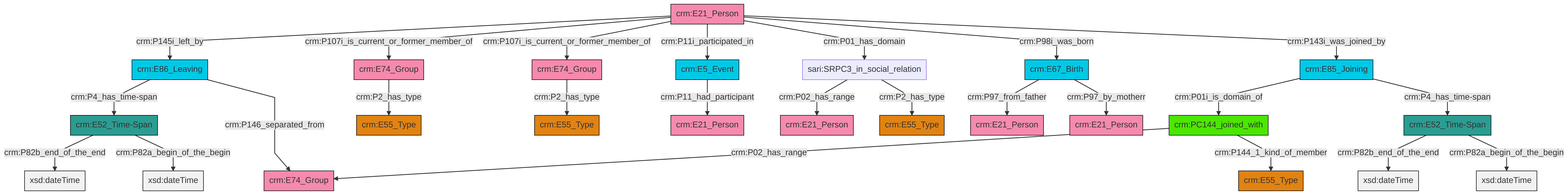
swiss-art-research-net/docs.swissartresearch keeps this Mermaid diagram as et/personCSV/ttl/mmd/png/Person_Actor_Relations.png. Above is the earlier version. Its source is kept beside it as et/personCSV/ttl/mmd/Person_Actor_Relations.ttl.mmd.
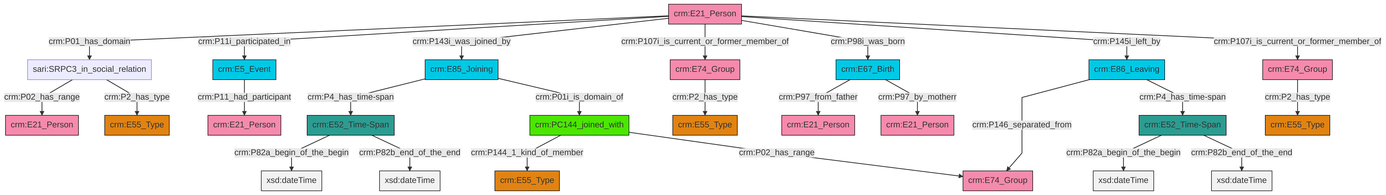
The same diagram one commit later.

Change to the diagram source:
```diff
@@ -13,27 +13,27 @@
 classDef PC_Classes fill:#4ce600, stroke:#000000;
 classDef Multi fill:#cccccc,stroke:#000000;
 
-0["crm:E67_Birth"]:::Temporal_Entity -->|crm:P97_from_father| 1["crm:E21_Person"]:::Actor
-9["crm:E21_Person"]:::Actor -->|crm:P145i_left_by| 10["crm:E86_Leaving"]:::Temporal_Entity
-6["crm:PC144_joined_with"]:::PC_Classes -->|crm:P02_has_range| 4["crm:E74_Group"]:::Actor
-18["crm:E52_Time-Span"]:::Time-Span -->|crm:P82b_end_of_the_end| 19[xsd:dateTime]:::Literal
-20["crm:E74_Group"]:::Actor -->|crm:P2_has_type| 21["crm:E55_Type"]:::Type
-16["crm:E74_Group"]:::Actor -->|crm:P2_has_type| 2["crm:E55_Type"]:::Type
-22["crm:E5_Event"]:::Temporal_Entity -->|crm:P11_had_participant| 23["crm:E21_Person"]:::Actor
-9["crm:E21_Person"]:::Actor -->|crm:P107i_is_current_or_former_member_of| 20["crm:E74_Group"]:::Actor
-25["sari:SRPC3_in_social_relation"]:::Default -->|crm:P02_has_range| 13["crm:E21_Person"]:::Actor
-30["crm:E52_Time-Span"]:::Time-Span -->|crm:P82b_end_of_the_end| 31[xsd:dateTime]:::Literal
-0["crm:E67_Birth"]:::Temporal_Entity -->|crm:P97_by_motherr| 27["crm:E21_Person"]:::Actor
-10["crm:E86_Leaving"]:::Temporal_Entity -->|crm:P4_has_time-span| 18["crm:E52_Time-Span"]:::Time-Span
-9["crm:E21_Person"]:::Actor -->|crm:P107i_is_current_or_former_member_of| 16["crm:E74_Group"]:::Actor
-9["crm:E21_Person"]:::Actor -->|crm:P11i_participated_in| 22["crm:E5_Event"]:::Temporal_Entity
-9["crm:E21_Person"]:::Actor -->|crm:P01_has_domain| 25["sari:SRPC3_in_social_relation"]:::Default
-38["crm:E85_Joining"]:::Temporal_Entity -->|crm:P01i_is_domain_of| 6["crm:PC144_joined_with"]:::PC_Classes
-25["sari:SRPC3_in_social_relation"]:::Default -->|crm:P2_has_type| 34["crm:E55_Type"]:::Type
-6["crm:PC144_joined_with"]:::PC_Classes -->|crm:P144_1_kind_of_member| 11["crm:E55_Type"]:::Type
-9["crm:E21_Person"]:::Actor -->|crm:P98i_was_born| 0["crm:E67_Birth"]:::Temporal_Entity
-30["crm:E52_Time-Span"]:::Time-Span -->|crm:P82a_begin_of_the_begin| 44[xsd:dateTime]:::Literal
-38["crm:E85_Joining"]:::Temporal_Entity -->|crm:P4_has_time-span| 30["crm:E52_Time-Span"]:::Time-Span
-10["crm:E86_Leaving"]:::Temporal_Entity -->|crm:P146_separated_from| 4["crm:E74_Group"]:::Actor
-18["crm:E52_Time-Span"]:::Time-Span -->|crm:P82a_begin_of_the_begin| 46[xsd:dateTime]:::Literal
-9["crm:E21_Person"]:::Actor -->|crm:P143i_was_joined_by| 38["crm:E85_Joining"]:::Temporal_Entity
+4["crm:E21_Person"]:::Actor -->|crm:P01_has_domain| 5["sari:SRPC3_in_social_relation"]:::Default
+0["crm:PC144_joined_with"]:::PC_Classes -->|crm:P144_1_kind_of_member| 10["crm:E55_Type"]:::Type
+11["crm:E74_Group"]:::Actor -->|crm:P2_has_type| 12["crm:E55_Type"]:::Type
+4["crm:E21_Person"]:::Actor -->|crm:P11i_participated_in| 13["crm:E5_Event"]:::Temporal_Entity
+6["crm:E85_Joining"]:::Temporal_Entity -->|crm:P4_has_time-span| 17["crm:E52_Time-Span"]:::Time-Span
+20["crm:E52_Time-Span"]:::Time-Span -->|crm:P82a_begin_of_the_begin| 21[xsd:dateTime]:::Literal
+5["sari:SRPC3_in_social_relation"]:::Default -->|crm:P02_has_range| 18["crm:E21_Person"]:::Actor
+6["crm:E85_Joining"]:::Temporal_Entity -->|crm:P01i_is_domain_of| 0["crm:PC144_joined_with"]:::PC_Classes
+0["crm:PC144_joined_with"]:::PC_Classes -->|crm:P02_has_range| 26["crm:E74_Group"]:::Actor
+13["crm:E5_Event"]:::Temporal_Entity -->|crm:P11_had_participant| 2["crm:E21_Person"]:::Actor
+30["crm:E86_Leaving"]:::Temporal_Entity -->|crm:P146_separated_from| 26["crm:E74_Group"]:::Actor
+30["crm:E86_Leaving"]:::Temporal_Entity -->|crm:P4_has_time-span| 20["crm:E52_Time-Span"]:::Time-Span
+17["crm:E52_Time-Span"]:::Time-Span -->|crm:P82a_begin_of_the_begin| 32[xsd:dateTime]:::Literal
+14["crm:E67_Birth"]:::Temporal_Entity -->|crm:P97_from_father| 34["crm:E21_Person"]:::Actor
+20["crm:E52_Time-Span"]:::Time-Span -->|crm:P82b_end_of_the_end| 35[xsd:dateTime]:::Literal
+40["crm:E74_Group"]:::Actor -->|crm:P2_has_type| 8["crm:E55_Type"]:::Type
+14["crm:E67_Birth"]:::Temporal_Entity -->|crm:P97_by_motherr| 36["crm:E21_Person"]:::Actor
+4["crm:E21_Person"]:::Actor -->|crm:P143i_was_joined_by| 6["crm:E85_Joining"]:::Temporal_Entity
+4["crm:E21_Person"]:::Actor -->|crm:P107i_is_current_or_former_member_of| 11["crm:E74_Group"]:::Actor
+4["crm:E21_Person"]:::Actor -->|crm:P98i_was_born| 14["crm:E67_Birth"]:::Temporal_Entity
+17["crm:E52_Time-Span"]:::Time-Span -->|crm:P82b_end_of_the_end| 43[xsd:dateTime]:::Literal
+5["sari:SRPC3_in_social_relation"]:::Default -->|crm:P2_has_type| 28["crm:E55_Type"]:::Type
+4["crm:E21_Person"]:::Actor -->|crm:P145i_left_by| 30["crm:E86_Leaving"]:::Temporal_Entity
+4["crm:E21_Person"]:::Actor -->|crm:P107i_is_current_or_former_member_of| 40["crm:E74_Group"]:::Actor
```
